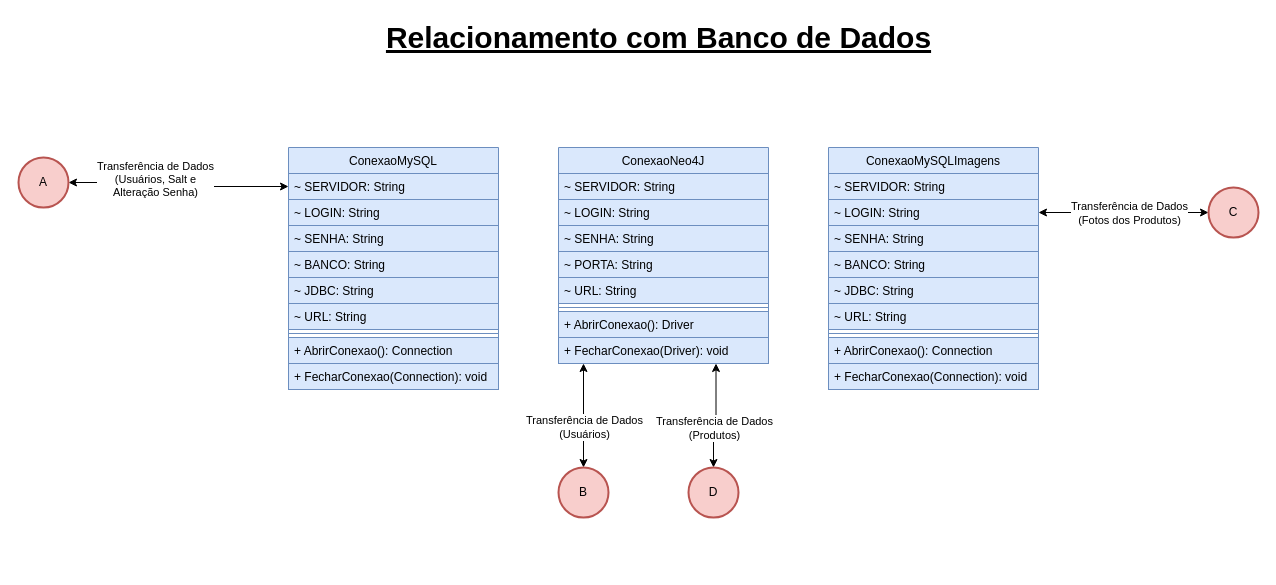
Before: page "Conexão Banco Dados" (2 of 7) of TCC/Classes.drawio in CSFelix/UML, a draw.io diagram. Source tidied: cells renumbered, new cells numbered last; positions are measured from the earlier drawing's top-left corner, leaving out a move shared by most shapes. Both pictures are drawn from the tidied source at 100%, with x=0, y=0 at pixel (18, 17).
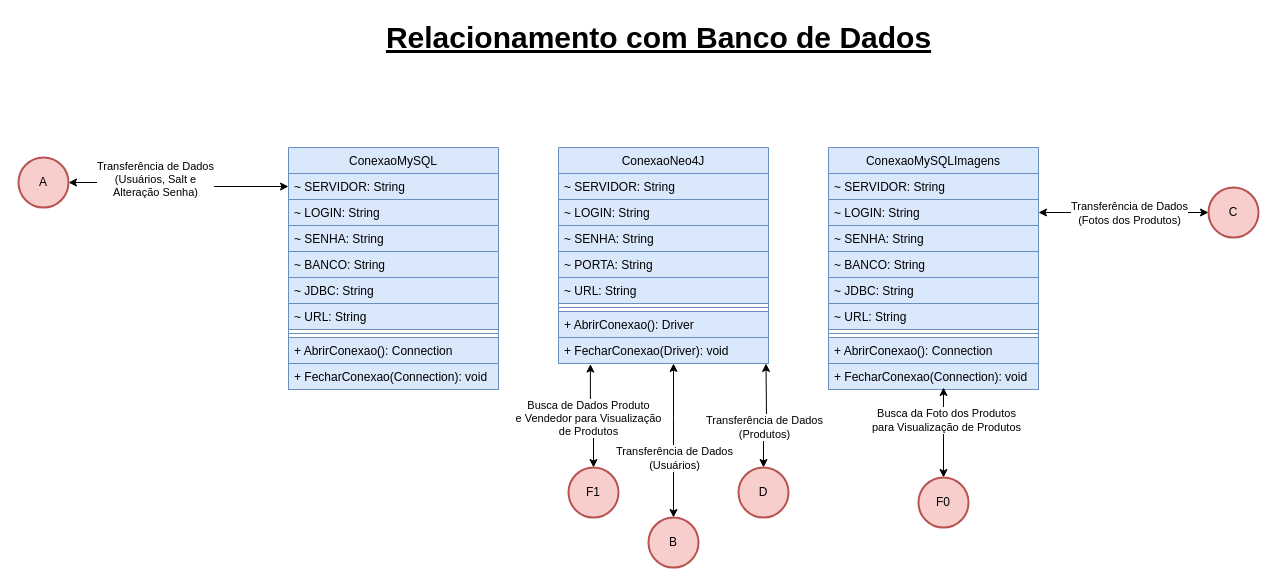
After the change.

The change refers to these unchanged cells:
```xml
<mxCell id="23" value="ConexaoNeo4J" style="swimlane;fontStyle=0;align=center;verticalAlign=top;horizontal=1;startSize=26;rounded=0;shadow=0;strokeWidth=1;fillColor=#dae8fc;strokeColor=#6c8ebf;" parent="1" vertex="1">
  <mxGeometry x="540" y="130" width="210" height="216" as="geometry" />
</mxCell>
<mxCell id="31" value="+ FecharConexao(Driver): void" style="text;align=left;verticalAlign=top;spacingLeft=4;spacingRight=4;overflow=hidden;points=[[0,0.5],[1,0.5]];portConstraint=eastwest;rounded=0;shadow=0;html=0;fillColor=#dae8fc;strokeColor=#6c8ebf;" parent="23" vertex="1">
  <mxGeometry y="190" width="210" height="26" as="geometry" />
</mxCell>
```

What changed in the source:
```diff
@@
     <mxCell id="35" style="edgeStyle=orthogonalEdgeStyle;rounded=0;jettySize=auto;html=1;startArrow=classic;startFill=1;" parent="1" edge="1" source="37">
       <mxGeometry relative="1" as="geometry">
-        <mxPoint x="565" y="346" as="targetPoint" />
+        <mxPoint x="655" y="346" as="targetPoint" />
         <Array as="points">
-          <mxPoint x="565" y="346" />
+          <mxPoint x="655" y="400" />
+          <mxPoint x="655" y="400" />
         </Array>
       </mxGeometry>
     </mxCell>
@@
     <mxCell id="37" value="B" style="strokeWidth=2;html=1;shape=mxgraph.flowchart.start_2;whiteSpace=wrap;fillColor=#f8cecc;strokeColor=#b85450;" parent="1" vertex="1">
-      <mxGeometry x="540" y="450" width="50" height="50" as="geometry" />
+      <mxGeometry x="630" y="500" width="50" height="50" as="geometry" />
     </mxCell>
@@
-    <mxCell id="41" style="edgeStyle=orthogonalEdgeStyle;rounded=0;jettySize=auto;html=1;entryX=0.75;entryY=1;entryDx=0;entryDy=0;startArrow=classic;startFill=1;" parent="1" edge="1" source="43" target="23">
-      <mxGeometry relative="1" as="geometry" />
+    <mxCell id="41" style="edgeStyle=orthogonalEdgeStyle;rounded=0;jettySize=auto;html=1;entryX=0.75;entryY=1;entryDx=0;entryDy=0;startArrow=classic;startFill=1;" parent="1" edge="1" source="43">
+      <mxGeometry relative="1" as="geometry">
+        <mxPoint x="747.5" y="346" as="targetPoint" />
+      </mxGeometry>
     </mxCell>
@@
     <mxCell id="43" value="D" style="strokeWidth=2;html=1;shape=mxgraph.flowchart.start_2;whiteSpace=wrap;fillColor=#f8cecc;strokeColor=#b85450;" parent="1" vertex="1">
-      <mxGeometry x="670" y="450" width="50" height="50" as="geometry" />
+      <mxGeometry x="720" y="450" width="50" height="50" as="geometry" />
     </mxCell>
+    <mxCell id="44" style="edgeStyle=orthogonalEdgeStyle;rounded=0;jettySize=auto;html=1;startArrow=classic;startFill=1;" parent="1" edge="1" source="46">
+      <mxGeometry relative="1" as="geometry">
+        <mxPoint x="925" y="370" as="targetPoint" />
+      </mxGeometry>
+    </mxCell>
+    <mxCell id="45" value="Busca da Foto dos Produtos&lt;br&gt;para Visualização de Produtos" style="edgeLabel;html=1;align=center;verticalAlign=middle;" parent="44" vertex="1">
+      <mxGeometry x="0.28" y="-2" relative="1" as="geometry" />
+    </mxCell>
+    <mxCell id="46" value="F0" style="strokeWidth=2;html=1;shape=mxgraph.flowchart.start_2;whiteSpace=wrap;fillColor=#f8cecc;strokeColor=#b85450;" parent="1" vertex="1">
+      <mxGeometry x="900" y="460" width="50" height="50" as="geometry" />
+    </mxCell>
+    <mxCell id="47" style="edgeStyle=orthogonalEdgeStyle;rounded=0;jettySize=auto;html=1;startArrow=classic;startFill=1;entryX=0.152;entryY=1.023;entryDx=0;entryDy=0;entryPerimeter=0;" parent="1" edge="1" source="49" target="31">
+      <mxGeometry relative="1" as="geometry" />
+    </mxCell>
+    <mxCell id="48" value="Busca de Dados Produto&lt;br&gt;e Vendedor para Visualização&lt;br&gt;de Produtos" style="edgeLabel;html=1;align=center;verticalAlign=middle;" parent="47" vertex="1">
+      <mxGeometry x="0.22" y="1" relative="1" as="geometry">
+        <mxPoint x="-1" y="12" as="offset" />
+      </mxGeometry>
+    </mxCell>
+    <mxCell id="49" value="F1" style="strokeWidth=2;html=1;shape=mxgraph.flowchart.start_2;whiteSpace=wrap;fillColor=#f8cecc;strokeColor=#b85450;" parent="1" vertex="1">
+      <mxGeometry x="550" y="450" width="50" height="50" as="geometry" />
+    </mxCell>
```
